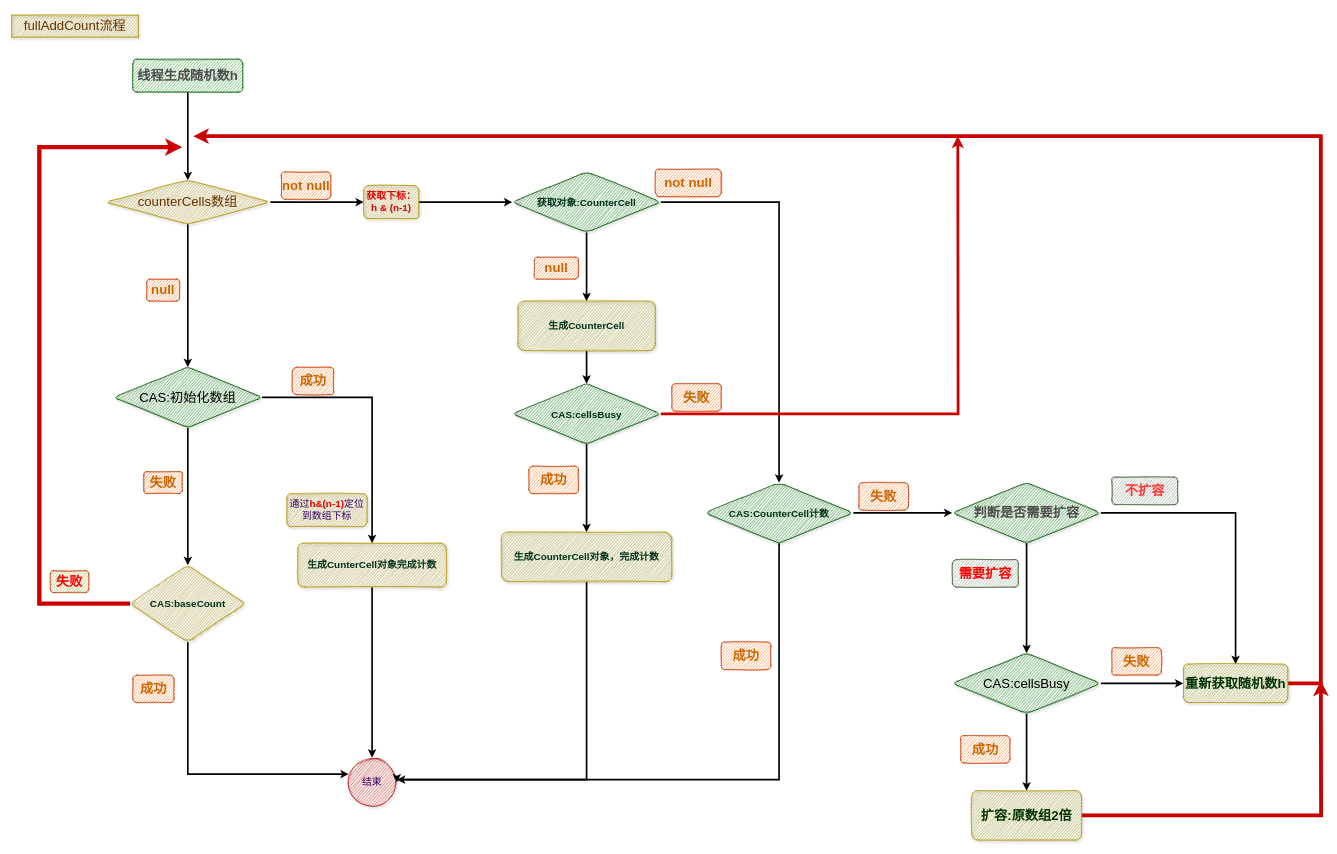
This is page "fullAddCount" (12 of 14) of thread/concurrentHashMap-addCount.drawio from mydlxy/draw, a draw.io file, before an edit. Source tidied: cells renumbered, new cells numbered last; positions are measured from the earlier drawing's top-left corner, leaving out a move shared by most shapes. Both pictures are drawn from the tidied source at 55%, with x=0, y=0 at pixel (12, 15).
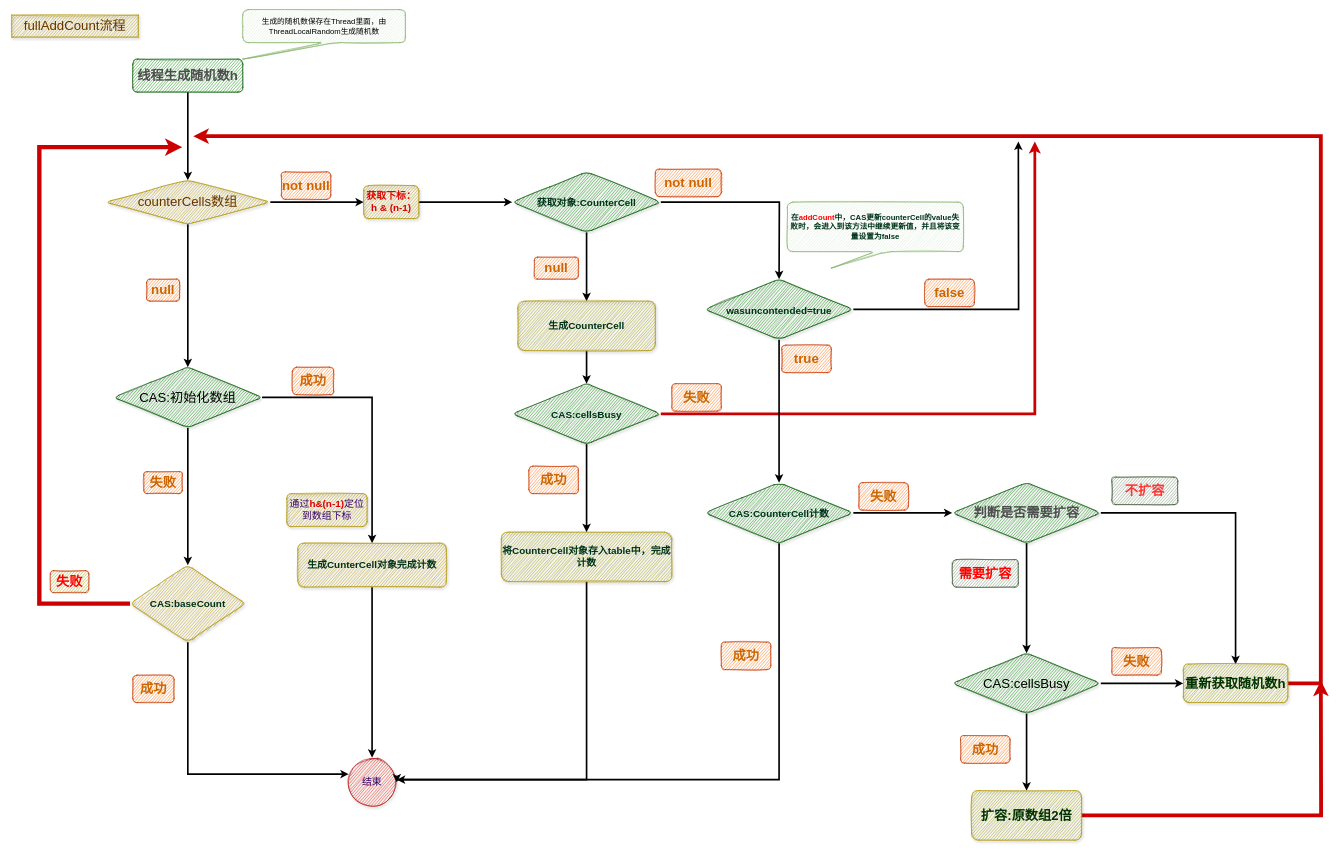
Above is the later version.

The change refers to these unchanged cells:
```xml
<mxCell id="21" value="&lt;span style=&quot;font-size: 18px;&quot;&gt;&lt;font color=&quot;#00331a&quot;&gt;&lt;b&gt;获取对象:CounterCell&lt;/b&gt;&lt;/font&gt;&lt;/span&gt;" style="rhombus;whiteSpace=wrap;html=1;rounded=1;shadow=1;sketch=1;fontSize=24;fontColor=#ffffff;fillColor=#008a00;strokeColor=#005700;" parent="1" vertex="1">
  <mxGeometry x="910" y="285" width="270" height="110" as="geometry" />
</mxCell>
<mxCell id="37" value="&lt;span style=&quot;font-size: 18px;&quot;&gt;&lt;font color=&quot;#00331a&quot;&gt;&lt;b&gt;CAS:cellsBusy&lt;/b&gt;&lt;/font&gt;&lt;/span&gt;" style="rhombus;whiteSpace=wrap;html=1;rounded=1;shadow=1;sketch=1;fontSize=24;fontColor=#ffffff;fillColor=#008a00;strokeColor=#005700;" parent="1" vertex="1">
  <mxGeometry x="910" y="670" width="270" height="110" as="geometry" />
</mxCell>
<mxCell id="41" value="&lt;span style=&quot;font-size: 18px;&quot;&gt;&lt;font color=&quot;#00331a&quot;&gt;&lt;b&gt;CAS:CounterCell计数&lt;/b&gt;&lt;/font&gt;&lt;/span&gt;" style="rhombus;whiteSpace=wrap;html=1;rounded=1;shadow=1;sketch=1;fontSize=24;fontColor=#ffffff;fillColor=#008a00;strokeColor=#005700;" parent="1" vertex="1">
  <mxGeometry x="1260" y="850" width="270" height="110" as="geometry" />
</mxCell>
```

The edit, as a diff of the source:
```diff
@@
-    <mxCell id="20" style="edgeStyle=orthogonalEdgeStyle;rounded=0;jettySize=auto;html=1;fontSize=18;fontColor=#00331A;strokeColor=#000000;strokeWidth=3;entryX=0.5;entryY=0;entryDx=0;entryDy=0;" parent="1" edge="1" source="21" target="41">
-      <mxGeometry relative="1" as="geometry" />
+    <mxCell id="20" style="edgeStyle=orthogonalEdgeStyle;rounded=0;jettySize=auto;html=1;fontSize=18;fontColor=#00331A;strokeColor=#000000;strokeWidth=3;" parent="1" edge="1" source="21">
+      <mxGeometry relative="1" as="geometry">
+        <mxPoint x="1395" y="480" as="targetPoint" />
+      </mxGeometry>
     </mxCell>
@@
     <mxCell id="36" style="edgeStyle=orthogonalEdgeStyle;rounded=0;jettySize=auto;html=1;fontSize=18;fontColor=#00331A;strokeColor=#CC0000;strokeWidth=5;" parent="1" edge="1" source="37">
       <mxGeometry relative="1" as="geometry">
-        <mxPoint x="1720" y="220" as="targetPoint" />
+        <mxPoint x="1860" y="230" as="targetPoint" />
+        <Array as="points">
+          <mxPoint x="1860" y="725" />
+          <mxPoint x="1860" y="270" />
+        </Array>
       </mxGeometry>
     </mxCell>
@@
-    <mxCell id="38" value="&lt;b&gt;生成CounterCell对象，完成计数&lt;/b&gt;" style="rounded=1;whiteSpace=wrap;html=1;shadow=1;glass=0;sketch=1;fontSize=18;fontColor=#00331A;strokeColor=#B09500;fillColor=#999900;" parent="1" vertex="1">
+    <mxCell id="38" value="&lt;b&gt;将CounterCell对象存入table中，完成计数&lt;/b&gt;" style="rounded=1;whiteSpace=wrap;html=1;shadow=1;glass=0;sketch=1;fontSize=18;fontColor=#00331A;strokeColor=#B09500;fillColor=#999900;" parent="1" vertex="1">
       <mxGeometry x="890" y="940" width="310" height="90" as="geometry" />
     </mxCell>
@@
+    <mxCell id="59" style="edgeStyle=orthogonalEdgeStyle;rounded=0;jettySize=auto;html=1;entryX=0.5;entryY=0;entryDx=0;entryDy=0;strokeWidth=3;" parent="1" edge="1" source="61" target="41">
+      <mxGeometry relative="1" as="geometry" />
+    </mxCell>
+    <mxCell id="60" style="edgeStyle=orthogonalEdgeStyle;rounded=0;jettySize=auto;html=1;strokeWidth=3;" parent="1" edge="1" source="61">
+      <mxGeometry relative="1" as="geometry">
+        <mxPoint x="1830" y="230" as="targetPoint" />
+      </mxGeometry>
+    </mxCell>
+    <mxCell id="61" value="&lt;span style=&quot;font-size: 18px;&quot;&gt;&lt;font color=&quot;#00331a&quot;&gt;&lt;b&gt;wasuncontended=true&lt;/b&gt;&lt;/font&gt;&lt;/span&gt;" style="rhombus;whiteSpace=wrap;html=1;rounded=1;shadow=1;sketch=1;fontSize=24;fontColor=#ffffff;fillColor=#008a00;strokeColor=#005700;" parent="1" vertex="1">
+      <mxGeometry x="1260" y="480" width="270" height="110" as="geometry" />
+    </mxCell>
+    <mxCell id="62" value="&lt;b style=&quot;&quot;&gt;&lt;font color=&quot;#cc6600&quot;&gt;true&lt;/font&gt;&lt;/b&gt;" style="rounded=1;whiteSpace=wrap;html=1;shadow=0;sketch=1;fontSize=24;fontColor=#000000;fillColor=#fa6800;strokeColor=#C73500;" parent="1" vertex="1">
+      <mxGeometry x="1400" y="600" width="90" height="50" as="geometry" />
+    </mxCell>
+    <mxCell id="63" value="&lt;b style=&quot;&quot;&gt;&lt;font color=&quot;#cc6600&quot;&gt;false&lt;/font&gt;&lt;/b&gt;" style="rounded=1;whiteSpace=wrap;html=1;shadow=0;sketch=1;fontSize=24;fontColor=#000000;fillColor=#fa6800;strokeColor=#C73500;" parent="1" vertex="1">
+      <mxGeometry x="1660" y="480" width="90" height="50" as="geometry" />
+    </mxCell>
+    <mxCell id="64" value="&lt;font style=&quot;font-size: 14px;&quot;&gt;&lt;b style=&quot;&quot;&gt;&lt;font color=&quot;#00331a&quot;&gt;在&lt;/font&gt;&lt;font color=&quot;#ff0000&quot;&gt;addCount&lt;/font&gt;&lt;font color=&quot;#00331a&quot;&gt;中，CAS更新counterCell的value失败时，会进入到该方法中继续更新值，并且将该变量设置为false&lt;/font&gt;&lt;/b&gt;&lt;/font&gt;" style="shape=callout;whiteSpace=wrap;html=1;perimeter=calloutPerimeter;base=20;position2=0.25;sketch=1;fillColor=#d5e8d4;strokeColor=#82b366;rounded=1;" parent="1" vertex="1">
+      <mxGeometry x="1410" y="340" width="320" height="120" as="geometry" />
+    </mxCell>
+    <mxCell id="65" value="生成的随机数保存在Thread里面，由ThreadLocalRandom生成随机数" style="shape=callout;whiteSpace=wrap;html=1;perimeter=calloutPerimeter;rounded=1;sketch=1;fontSize=14;fillColor=#d5e8d4;strokeColor=#82b366;position2=0;" parent="1" vertex="1">
+      <mxGeometry x="420" y="-10" width="295.5" height="90" as="geometry" />
+    </mxCell>
```
